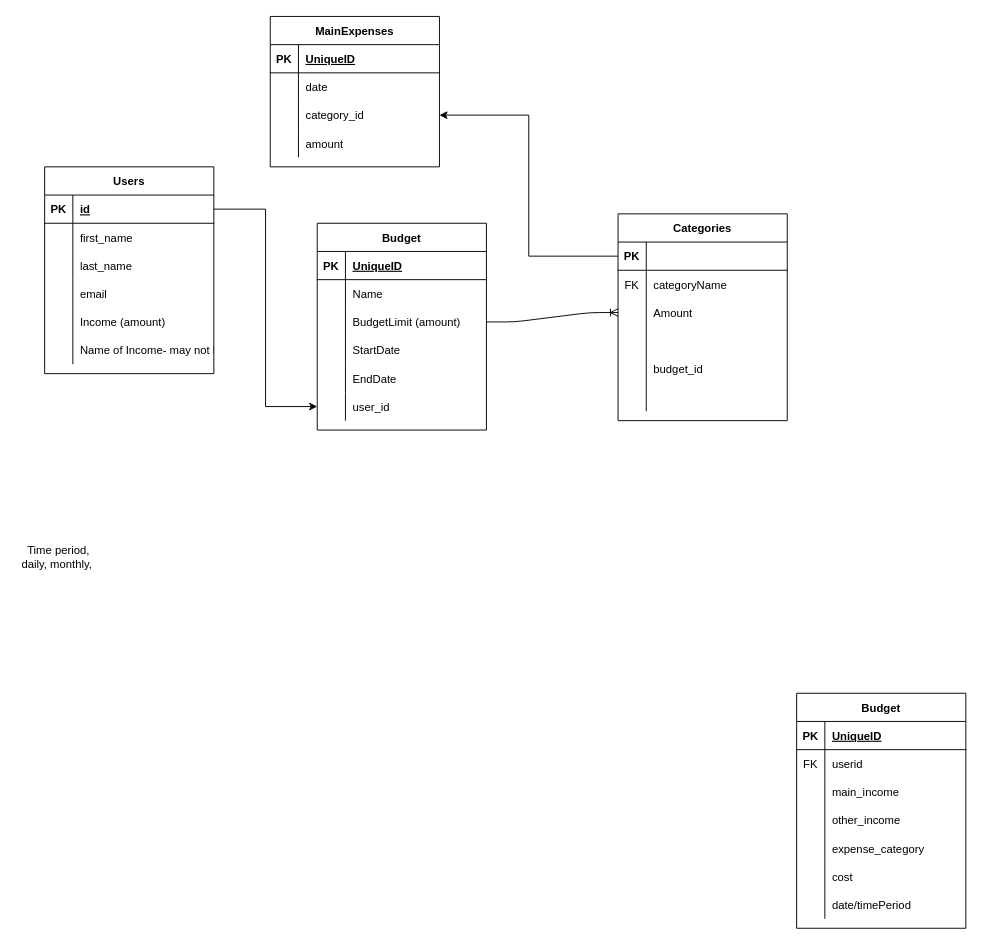
This is ERD.drawio from HAWAAZAROUAL/BudgetApp, a draw.io file, before an edit. Source tidied: cells renumbered, new cells numbered last; positions are measured from the earlier drawing's top-left corner, leaving out a move shared by most shapes. Both pictures are drawn from the tidied source at 94%, with x=0, y=0 at pixel (16, 16).
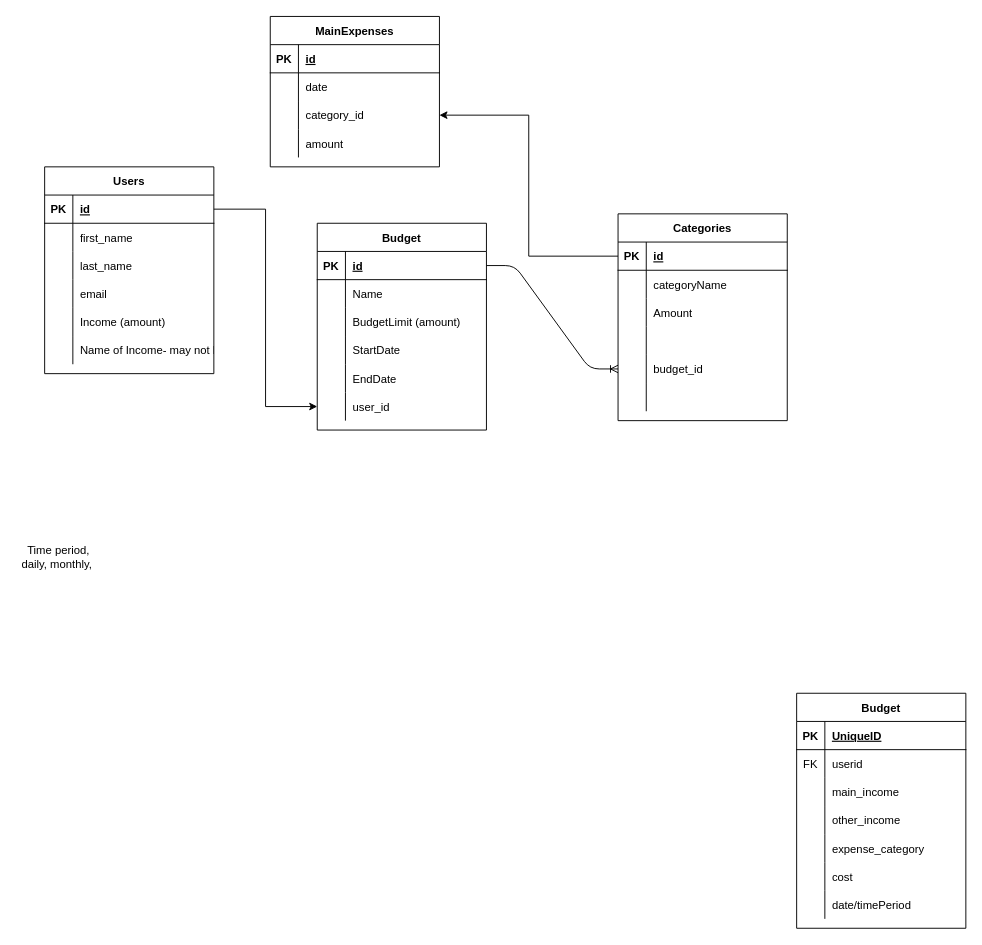
Above is the later version.

Unchanged cells that the change refers to:
```xml
<mxCell id="23" style="shape=partialRectangle;fillColor=none;top=0;left=0;bottom=1;right=0;points=[[0,0.5],[1,0.5]];portConstraint=eastwest;" parent="22" vertex="1">
  <mxGeometry y="30" width="180" height="30" as="geometry" />
</mxCell>
<mxCell id="26" style="shape=partialRectangle;fillColor=none;top=0;left=0;bottom=0;right=0;" parent="22" vertex="1">
  <mxGeometry y="60" width="180" height="30" as="geometry" />
</mxCell>
<mxCell id="29" style="shape=partialRectangle;fillColor=none;top=0;left=0;bottom=0;right=0;points=[[0,0.5],[1,0.5]];portConstraint=eastwest;" parent="22" vertex="1">
  <mxGeometry y="90" width="180" height="30" as="geometry" />
</mxCell>
<mxCell id="35" style="shape=partialRectangle;fillColor=none;top=0;left=0;bottom=0;right=0;points=[[0,0.5],[1,0.5]];portConstraint=eastwest;" parent="22" vertex="1">
  <mxGeometry y="150" width="180" height="30" as="geometry" />
</mxCell>
<mxCell id="64" style="shape=partialRectangle;fillColor=none;top=0;left=0;bottom=1;right=0;" parent="63" vertex="1">
  <mxGeometry y="30" width="180" height="30" as="geometry" />
</mxCell>
<mxCell id="77" style="shape=partialRectangle;fillColor=none;top=0;left=0;bottom=1;right=0;points=[[0,0.5],[1,0.5]];portConstraint=eastwest;" parent="76" vertex="1">
  <mxGeometry y="30" width="180" height="30" as="geometry" />
</mxCell>
<mxCell id="83" style="shape=partialRectangle;fillColor=none;top=0;left=0;bottom=0;right=0;points=[[0,0.5],[1,0.5]];portConstraint=eastwest;" parent="76" vertex="1">
  <mxGeometry y="90" width="180" height="30" as="geometry" />
</mxCell>
```

What changed in the source:
```diff
@@
-    <mxCell id="25" style="shape=partialRectangle;fillColor=none;top=0;left=0;bottom=0;right=0;align=left;spacingLeft=6;fontStyle=5;overflow=hidden;" parent="23" vertex="1">
+    <mxCell id="25" value="id" style="shape=partialRectangle;fillColor=none;top=0;left=0;bottom=0;right=0;align=left;spacingLeft=6;fontStyle=5;overflow=hidden;" parent="23" vertex="1">
       <mxGeometry x="30" width="150" height="30" as="geometry" />
     </mxCell>
@@
-    <mxCell id="27" value="FK" style="shape=partialRectangle;fillColor=none;top=0;left=0;bottom=0;right=0;overflow=hidden;" parent="26" vertex="1">
+    <mxCell id="27" style="shape=partialRectangle;fillColor=none;top=0;left=0;bottom=0;right=0;overflow=hidden;" parent="26" vertex="1">
       <mxGeometry width="30" height="30" as="geometry" />
     </mxCell>
@@
-    <mxCell id="66" value="UniqueID" style="shape=partialRectangle;fillColor=none;top=0;left=0;bottom=0;right=0;align=left;spacingLeft=6;fontStyle=5;overflow=hidden;" parent="64" vertex="1">
+    <mxCell id="66" value="id" style="shape=partialRectangle;fillColor=none;top=0;left=0;bottom=0;right=0;align=left;spacingLeft=6;fontStyle=5;overflow=hidden;" parent="64" vertex="1">
       <mxGeometry x="30" width="150" height="30" as="geometry" />
     </mxCell>
@@
-    <mxCell id="79" value="UniqueID" style="shape=partialRectangle;fillColor=none;top=0;left=0;bottom=0;right=0;align=left;spacingLeft=6;fontStyle=5;overflow=hidden;" parent="77" vertex="1">
+    <mxCell id="79" value="id" style="shape=partialRectangle;fillColor=none;top=0;left=0;bottom=0;right=0;align=left;spacingLeft=6;fontStyle=5;overflow=hidden;" parent="77" vertex="1">
       <mxGeometry x="30" width="150" height="30" as="geometry" />
     </mxCell>
@@
-    <mxCell id="95" style="edgeStyle=entityRelationEdgeStyle;fontSize=12;html=1;endArrow=ERoneToMany;exitX=1;exitY=0.5;exitDx=0;exitDy=0;entryX=0;entryY=0.5;entryDx=0;entryDy=0;" parent="1" edge="1" source="83" target="29">
+    <mxCell id="95" style="edgeStyle=entityRelationEdgeStyle;fontSize=12;html=1;endArrow=ERoneToMany;exitX=1;exitY=0.5;exitDx=0;exitDy=0;entryX=0;entryY=0.5;entryDx=0;entryDy=0;" parent="1" edge="1" source="77" target="35">
       <mxGeometry relative="1" as="geometry" />
     </mxCell>
```
